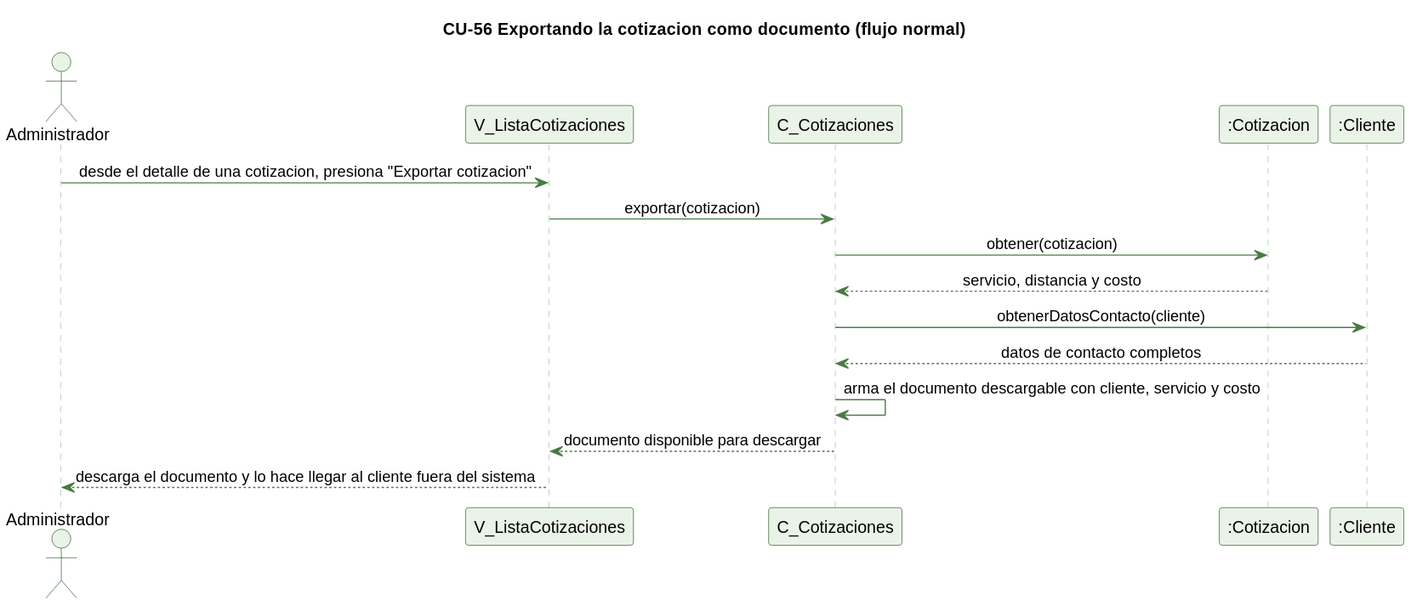
This is docs/trabajo-grupal/diagramas/secuencias/cu56-exportar-cotizacion-normal.svg from kenjikaese/Triverde, a PlantUML export, as it was before one commit. The source it was exported from:
```plantuml
@startuml
skinparam backgroundColor #FFFFFF
skinparam shadowing false
skinparam defaultFontName Helvetica
skinparam sequenceMessageAlign center
skinparam ParticipantBackgroundColor #EAF3E7
skinparam ParticipantBorderColor #2E5E2A
skinparam ActorBackgroundColor #EAF3E7
skinparam ActorBorderColor #2E5E2A
skinparam sequenceLifeLineBorderColor #9CC49A
skinparam ArrowColor #4B7A46

title CU-56 Exportando la cotizacion como documento (flujo normal)

actor Administrador
participant "V_ListaCotizaciones" as V
participant "C_Cotizaciones" as C
participant ":Cotizacion" as COT
participant ":Cliente" as CL

Administrador -> V : desde el detalle de una cotizacion, presiona "Exportar cotizacion"
V -> C : exportar(cotizacion)
C -> COT : obtener(cotizacion)
COT --> C : servicio, distancia y costo
C -> CL : obtenerDatosContacto(cliente)
CL --> C : datos de contacto completos
C -> C : arma el documento descargable con cliente, servicio y costo
C --> V : documento disponible para descargar
V --> Administrador : descarga el documento y lo hace llegar al cliente fuera del sistema
@enduml
```
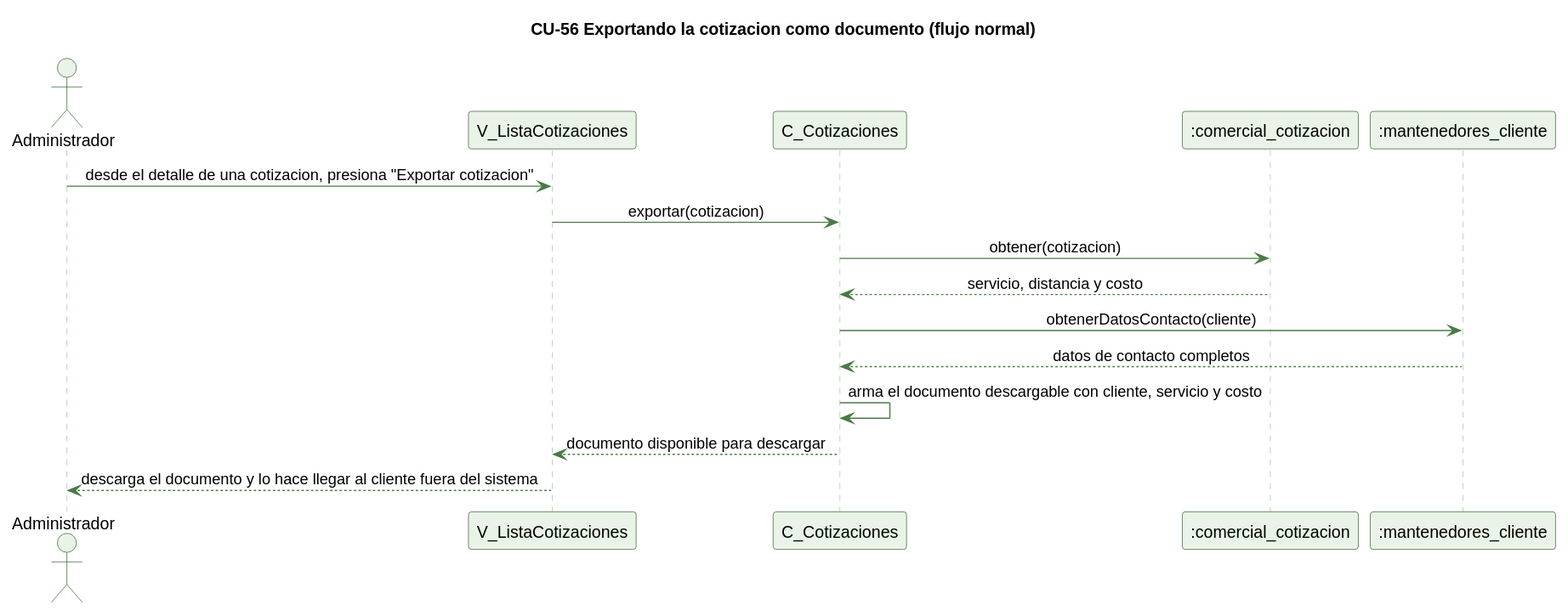
Above is the later version.

Change to the diagram source:
```diff
@@ -15,8 +15,8 @@
 actor Administrador
 participant "V_ListaCotizaciones" as V
 participant "C_Cotizaciones" as C
-participant ":Cotizacion" as COT
-participant ":Cliente" as CL
+participant ":comercial_cotizacion" as COT
+participant ":mantenedores_cliente" as CL
 
 Administrador -> V : desde el detalle de una cotizacion, presiona "Exportar cotizacion"
 V -> C : exportar(cotizacion)
```
